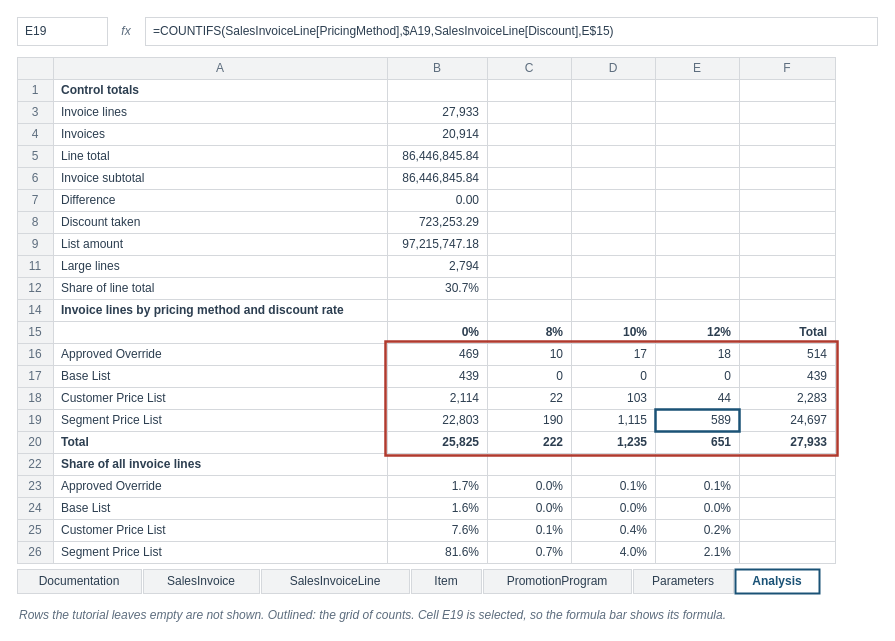
The draw.io diagram visuals/src/fig-04-06-analysis-worksheet.drawio in mmcodesso/Accounting_Analytics_Book, before the edit. Source tidied: cells renumbered, new cells numbered last; positions are measured from the earlier drawing's top-left corner, leaving out a move shared by most shapes. Both pictures are drawn from the tidied source at 100%, with x=0, y=0 at pixel (17, 17).
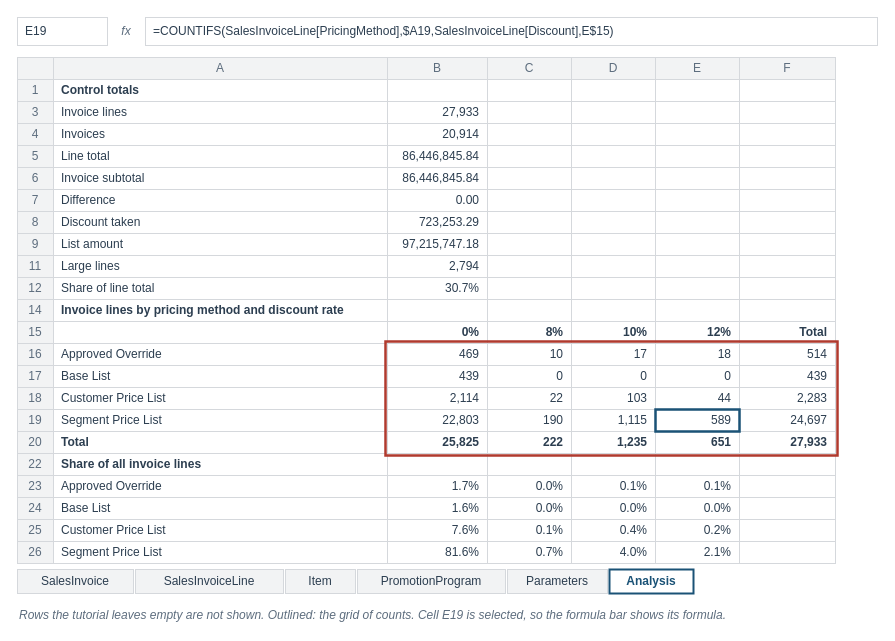
Above is the later version.

Change to the diagram source:
```diff
@@
-    <mxCell id="167" value="Documentation" style="rounded=0;arcSize=6;whiteSpace=wrap;html=1;fillColor=#F2F3F4;strokeColor=#D5D8DC;strokeWidth=1;fontColor=#2C3E50;fontSize=12;fontStyle=0;align=center;verticalAlign=middle;fontFamily=Helvetica;spacingLeft=6;spacingRight=6;" parent="1" vertex="1">
-      <mxGeometry y="552" width="124" height="24" as="geometry" />
+    <mxCell id="167" value="SalesInvoice" style="rounded=0;arcSize=6;whiteSpace=wrap;html=1;fillColor=#F2F3F4;strokeColor=#D5D8DC;strokeWidth=1;fontColor=#2C3E50;fontSize=12;fontStyle=0;align=center;verticalAlign=middle;fontFamily=Helvetica;spacingLeft=6;spacingRight=6;" parent="1" vertex="1">
+      <mxGeometry y="552" width="116" height="24" as="geometry" />
     </mxCell>
-    <mxCell id="168" value="SalesInvoice" style="rounded=0;arcSize=6;whiteSpace=wrap;html=1;fillColor=#F2F3F4;strokeColor=#D5D8DC;strokeWidth=1;fontColor=#2C3E50;fontSize=12;fontStyle=0;align=center;verticalAlign=middle;fontFamily=Helvetica;spacingLeft=6;spacingRight=6;" parent="1" vertex="1">
-      <mxGeometry x="126" y="552" width="116" height="24" as="geometry" />
+    <mxCell id="168" value="SalesInvoiceLine" style="rounded=0;arcSize=6;whiteSpace=wrap;html=1;fillColor=#F2F3F4;strokeColor=#D5D8DC;strokeWidth=1;fontColor=#2C3E50;fontSize=12;fontStyle=0;align=center;verticalAlign=middle;fontFamily=Helvetica;spacingLeft=6;spacingRight=6;" parent="1" vertex="1">
+      <mxGeometry x="118" y="552" width="148" height="24" as="geometry" />
     </mxCell>
-    <mxCell id="169" value="SalesInvoiceLine" style="rounded=0;arcSize=6;whiteSpace=wrap;html=1;fillColor=#F2F3F4;strokeColor=#D5D8DC;strokeWidth=1;fontColor=#2C3E50;fontSize=12;fontStyle=0;align=center;verticalAlign=middle;fontFamily=Helvetica;spacingLeft=6;spacingRight=6;" parent="1" vertex="1">
-      <mxGeometry x="244" y="552" width="148" height="24" as="geometry" />
+    <mxCell id="169" value="Item" style="rounded=0;arcSize=6;whiteSpace=wrap;html=1;fillColor=#F2F3F4;strokeColor=#D5D8DC;strokeWidth=1;fontColor=#2C3E50;fontSize=12;fontStyle=0;align=center;verticalAlign=middle;fontFamily=Helvetica;spacingLeft=6;spacingRight=6;" parent="1" vertex="1">
+      <mxGeometry x="268" y="552" width="70" height="24" as="geometry" />
     </mxCell>
-    <mxCell id="170" value="Item" style="rounded=0;arcSize=6;whiteSpace=wrap;html=1;fillColor=#F2F3F4;strokeColor=#D5D8DC;strokeWidth=1;fontColor=#2C3E50;fontSize=12;fontStyle=0;align=center;verticalAlign=middle;fontFamily=Helvetica;spacingLeft=6;spacingRight=6;" parent="1" vertex="1">
-      <mxGeometry x="394" y="552" width="70" height="24" as="geometry" />
+    <mxCell id="170" value="PromotionProgram" style="rounded=0;arcSize=6;whiteSpace=wrap;html=1;fillColor=#F2F3F4;strokeColor=#D5D8DC;strokeWidth=1;fontColor=#2C3E50;fontSize=12;fontStyle=0;align=center;verticalAlign=middle;fontFamily=Helvetica;spacingLeft=6;spacingRight=6;" parent="1" vertex="1">
+      <mxGeometry x="340" y="552" width="148" height="24" as="geometry" />
     </mxCell>
-    <mxCell id="171" value="PromotionProgram" style="rounded=0;arcSize=6;whiteSpace=wrap;html=1;fillColor=#F2F3F4;strokeColor=#D5D8DC;strokeWidth=1;fontColor=#2C3E50;fontSize=12;fontStyle=0;align=center;verticalAlign=middle;fontFamily=Helvetica;spacingLeft=6;spacingRight=6;" parent="1" vertex="1">
-      <mxGeometry x="466" y="552" width="148" height="24" as="geometry" />
+    <mxCell id="171" value="Parameters" style="rounded=0;arcSize=6;whiteSpace=wrap;html=1;fillColor=#F2F3F4;strokeColor=#D5D8DC;strokeWidth=1;fontColor=#2C3E50;fontSize=12;fontStyle=0;align=center;verticalAlign=middle;fontFamily=Helvetica;spacingLeft=6;spacingRight=6;" parent="1" vertex="1">
+      <mxGeometry x="490" y="552" width="100" height="24" as="geometry" />
     </mxCell>
-    <mxCell id="172" value="Parameters" style="rounded=0;arcSize=6;whiteSpace=wrap;html=1;fillColor=#F2F3F4;strokeColor=#D5D8DC;strokeWidth=1;fontColor=#2C3E50;fontSize=12;fontStyle=0;align=center;verticalAlign=middle;fontFamily=Helvetica;spacingLeft=6;spacingRight=6;" parent="1" vertex="1">
-      <mxGeometry x="616" y="552" width="100" height="24" as="geometry" />
+    <mxCell id="172" value="&lt;b&gt;Analysis&lt;/b&gt;" style="rounded=0;arcSize=6;whiteSpace=wrap;html=1;fillColor=#FFFFFF;strokeColor=#1A5276;strokeWidth=2;fontColor=#1A5276;fontSize=12;fontStyle=0;align=center;verticalAlign=middle;fontFamily=Helvetica;spacingLeft=6;spacingRight=6;" parent="1" vertex="1">
+      <mxGeometry x="592" y="552" width="84" height="24" as="geometry" />
     </mxCell>
-    <mxCell id="173" value="&lt;b&gt;Analysis&lt;/b&gt;" style="rounded=0;arcSize=6;whiteSpace=wrap;html=1;fillColor=#FFFFFF;strokeColor=#1A5276;strokeWidth=2;fontColor=#1A5276;fontSize=12;fontStyle=0;align=center;verticalAlign=middle;fontFamily=Helvetica;spacingLeft=6;spacingRight=6;" parent="1" vertex="1">
-      <mxGeometry x="718" y="552" width="84" height="24" as="geometry" />
+    <mxCell id="173" value="&lt;i&gt;Rows the tutorial leaves empty are not shown. Outlined: the grid of counts. Cell E19 is selected, so the formula bar shows its formula.&lt;/i&gt;" style="text;html=1;whiteSpace=wrap;align=left;verticalAlign=top;fontSize=12;fontColor=#5D6D7E;fontStyle=0;fontFamily=Helvetica;spacing=2;fillColor=none;strokeColor=none;" parent="1" vertex="1">
+      <mxGeometry y="584" width="860" height="20" as="geometry" />
     </mxCell>
-    <mxCell id="174" value="&lt;i&gt;Rows the tutorial leaves empty are not shown. Outlined: the grid of counts. Cell E19 is selected, so the formula bar shows its formula.&lt;/i&gt;" style="text;html=1;whiteSpace=wrap;align=left;verticalAlign=top;fontSize=12;fontColor=#5D6D7E;fontStyle=0;fontFamily=Helvetica;spacing=2;fillColor=none;strokeColor=none;" parent="1" vertex="1">
-      <mxGeometry y="584" width="860" height="20" as="geometry" />
-    </mxCell>
```
